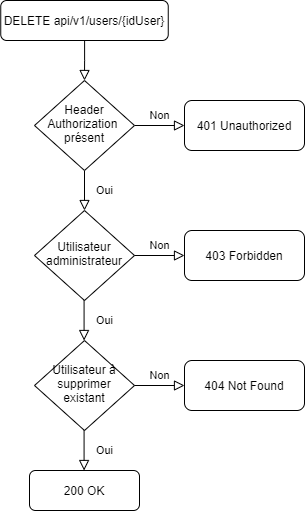
Before: documentation/diagram/drawio/flowchartDeleteOneUser.png, a diagram exported from draw.io (jonathanboreljaquet/bj-travail-diplome-2021). Source tidied: cells renumbered, new cells last; positions are measured from the earlier drawing's top-left corner, leaving out a move shared by most shapes. The source it was exported from:
```xml
<mxGraphModel>
  <root>
    <mxCell id="0" />
    <mxCell id="1" parent="0" />
    <mxCell id="2" style="rounded=0;html=1;jettySize=auto;fontSize=11;endArrow=block;endFill=0;endSize=8;strokeWidth=1;shadow=0;labelBackgroundColor=none;edgeStyle=orthogonalEdgeStyle;" parent="1" edge="1" source="3" target="6">
      <mxGeometry relative="1" as="geometry" />
    </mxCell>
    <mxCell id="3" value="DELETE api/v1/users/{idUser}" style="rounded=1;whiteSpace=wrap;html=1;fontSize=12;glass=0;strokeWidth=1;shadow=0;" parent="1" vertex="1">
      <mxGeometry x="0.2" width="167.5" height="40" as="geometry" />
    </mxCell>
    <mxCell id="4" value="Oui" style="rounded=0;html=1;jettySize=auto;fontSize=11;endArrow=block;endFill=0;endSize=8;strokeWidth=1;shadow=0;labelBackgroundColor=none;edgeStyle=orthogonalEdgeStyle;" parent="1" edge="1" source="6" target="8">
      <mxGeometry y="20" relative="1" as="geometry" />
    </mxCell>
    <mxCell id="5" value="Non" style="edgeStyle=orthogonalEdgeStyle;rounded=0;html=1;jettySize=auto;fontSize=11;endArrow=block;endFill=0;endSize=8;strokeWidth=1;shadow=0;labelBackgroundColor=none;" parent="1" edge="1" source="6" target="7">
      <mxGeometry y="10" relative="1" as="geometry" />
    </mxCell>
    <mxCell id="6" value="Header Authorization&amp;nbsp;&lt;br&gt;présent" style="rhombus;whiteSpace=wrap;html=1;shadow=0;fontFamily=Helvetica;fontSize=12;align=center;strokeWidth=1;spacing=6;spacingTop=-4;" parent="1" vertex="1">
      <mxGeometry x="34" y="80" width="100" height="90" as="geometry" />
    </mxCell>
    <mxCell id="7" value="401 Unauthorized" style="rounded=1;whiteSpace=wrap;html=1;fontSize=12;glass=0;strokeWidth=1;shadow=0;" parent="1" vertex="1">
      <mxGeometry x="184" y="100" width="120" height="50" as="geometry" />
    </mxCell>
    <mxCell id="8" value="Utilisateur administrateur" style="rhombus;whiteSpace=wrap;html=1;shadow=0;fontFamily=Helvetica;fontSize=12;align=center;strokeWidth=1;spacing=6;spacingTop=-4;" parent="1" vertex="1">
      <mxGeometry x="34" y="210" width="100" height="90" as="geometry" />
    </mxCell>
    <mxCell id="9" value="Oui" style="rounded=0;html=1;jettySize=auto;orthogonalLoop=1;fontSize=11;endArrow=block;endFill=0;endSize=8;strokeWidth=1;shadow=0;labelBackgroundColor=none;edgeStyle=orthogonalEdgeStyle;" parent="1" edge="1">
      <mxGeometry y="20" relative="1" as="geometry">
        <mxPoint x="83.6" y="300" as="sourcePoint" />
        <mxPoint x="83.6" y="340" as="targetPoint" />
      </mxGeometry>
    </mxCell>
    <mxCell id="10" value="200 OK" style="rounded=1;whiteSpace=wrap;html=1;fontSize=12;glass=0;strokeWidth=1;shadow=0;" parent="1" vertex="1">
      <mxGeometry x="29" y="470" width="110" height="40" as="geometry" />
    </mxCell>
    <mxCell id="11" value="Non" style="edgeStyle=orthogonalEdgeStyle;rounded=0;html=1;jettySize=auto;fontSize=11;endArrow=block;endFill=0;endSize=8;strokeWidth=1;shadow=0;labelBackgroundColor=none;" parent="1" edge="1" target="12">
      <mxGeometry y="10" relative="1" as="geometry">
        <mxPoint x="134" y="255" as="sourcePoint" />
      </mxGeometry>
    </mxCell>
    <mxCell id="12" value="403 Forbidden" style="rounded=1;whiteSpace=wrap;html=1;fontSize=12;glass=0;strokeWidth=1;shadow=0;" parent="1" vertex="1">
      <mxGeometry x="184" y="230" width="120" height="50" as="geometry" />
    </mxCell>
    <mxCell id="13" value="Utilisateur à supprimer&lt;br&gt;existant" style="rhombus;whiteSpace=wrap;html=1;shadow=0;fontFamily=Helvetica;fontSize=12;align=center;strokeWidth=1;spacing=6;spacingTop=-4;" parent="1" vertex="1">
      <mxGeometry x="34" y="340" width="100" height="90" as="geometry" />
    </mxCell>
    <mxCell id="14" value="Non" style="edgeStyle=orthogonalEdgeStyle;rounded=0;html=1;jettySize=auto;fontSize=11;endArrow=block;endFill=0;endSize=8;strokeWidth=1;shadow=0;labelBackgroundColor=none;" parent="1" edge="1" target="15">
      <mxGeometry y="10" relative="1" as="geometry">
        <mxPoint x="134" y="385" as="sourcePoint" />
      </mxGeometry>
    </mxCell>
    <mxCell id="15" value="404 Not Found" style="rounded=1;whiteSpace=wrap;html=1;fontSize=12;glass=0;strokeWidth=1;shadow=0;" parent="1" vertex="1">
      <mxGeometry x="184" y="360" width="120" height="50" as="geometry" />
    </mxCell>
    <mxCell id="16" value="Oui" style="rounded=0;html=1;jettySize=auto;orthogonalLoop=1;fontSize=11;endArrow=block;endFill=0;endSize=8;strokeWidth=1;shadow=0;labelBackgroundColor=none;edgeStyle=orthogonalEdgeStyle;" parent="1" edge="1">
      <mxGeometry y="20" relative="1" as="geometry">
        <mxPoint x="83.6" y="430" as="sourcePoint" />
        <mxPoint x="83.6" y="470" as="targetPoint" />
      </mxGeometry>
    </mxCell>
  </root>
</mxGraphModel>
```
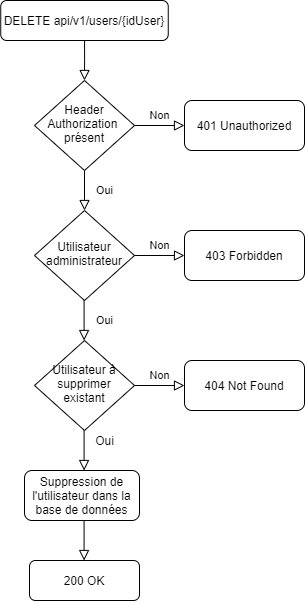
Later version of the same file.

Change to the diagram source:
```diff
@@ -30,7 +30,7 @@
       </mxGeometry>
     </mxCell>
     <mxCell id="10" value="200 OK" style="rounded=1;whiteSpace=wrap;html=1;fontSize=12;glass=0;strokeWidth=1;shadow=0;" parent="1" vertex="1">
-      <mxGeometry x="29" y="470" width="110" height="40" as="geometry" />
+      <mxGeometry x="29" y="560" width="110" height="40" as="geometry" />
     </mxCell>
     <mxCell id="11" value="Non" style="edgeStyle=orthogonalEdgeStyle;rounded=0;html=1;jettySize=auto;fontSize=11;endArrow=block;endFill=0;endSize=8;strokeWidth=1;shadow=0;labelBackgroundColor=none;" parent="1" edge="1" target="12">
       <mxGeometry y="10" relative="1" as="geometry">
@@ -51,11 +51,23 @@
     <mxCell id="15" value="404 Not Found" style="rounded=1;whiteSpace=wrap;html=1;fontSize=12;glass=0;strokeWidth=1;shadow=0;" parent="1" vertex="1">
       <mxGeometry x="184" y="360" width="120" height="50" as="geometry" />
     </mxCell>
-    <mxCell id="16" value="Oui" style="rounded=0;html=1;jettySize=auto;orthogonalLoop=1;fontSize=11;endArrow=block;endFill=0;endSize=8;strokeWidth=1;shadow=0;labelBackgroundColor=none;edgeStyle=orthogonalEdgeStyle;" parent="1" edge="1">
-      <mxGeometry y="20" relative="1" as="geometry">
-        <mxPoint x="83.6" y="430" as="sourcePoint" />
-        <mxPoint x="83.6" y="470" as="targetPoint" />
+    <mxCell id="16" style="rounded=0;html=1;jettySize=auto;orthogonalLoop=1;fontSize=11;endArrow=block;endFill=0;endSize=8;strokeWidth=1;shadow=0;labelBackgroundColor=none;edgeStyle=orthogonalEdgeStyle;" parent="1" edge="1">
+      <mxGeometry x="1" y="130" relative="1" as="geometry">
+        <mxPoint x="83.6" y="520" as="sourcePoint" />
+        <mxPoint x="83.6" y="560" as="targetPoint" />
       </mxGeometry>
     </mxCell>
+    <mxCell id="17" value="Suppression de l'utilisateur dans la base de données" style="rounded=1;whiteSpace=wrap;html=1;fontSize=12;glass=0;strokeWidth=1;shadow=0;" parent="1" vertex="1">
+      <mxGeometry x="24" y="470" width="115" height="50" as="geometry" />
+    </mxCell>
+    <mxCell id="18" style="rounded=0;html=1;jettySize=auto;orthogonalLoop=1;fontSize=11;endArrow=block;endFill=0;endSize=8;strokeWidth=1;shadow=0;labelBackgroundColor=none;edgeStyle=orthogonalEdgeStyle;" parent="1" edge="1">
+      <mxGeometry x="1" y="130" relative="1" as="geometry">
+        <mxPoint x="83.6" y="430" as="sourcePoint" />
+        <mxPoint x="83.6" y="470" as="targetPoint" />
+      </mxGeometry>
+    </mxCell>
+    <mxCell id="19" value="Oui" style="text;html=1;align=center;verticalAlign=middle;strokeColor=none;" parent="1" vertex="1">
+      <mxGeometry x="89" y="430" width="30" height="20" as="geometry" />
+    </mxCell>
   </root>
 </mxGraphModel>
```
